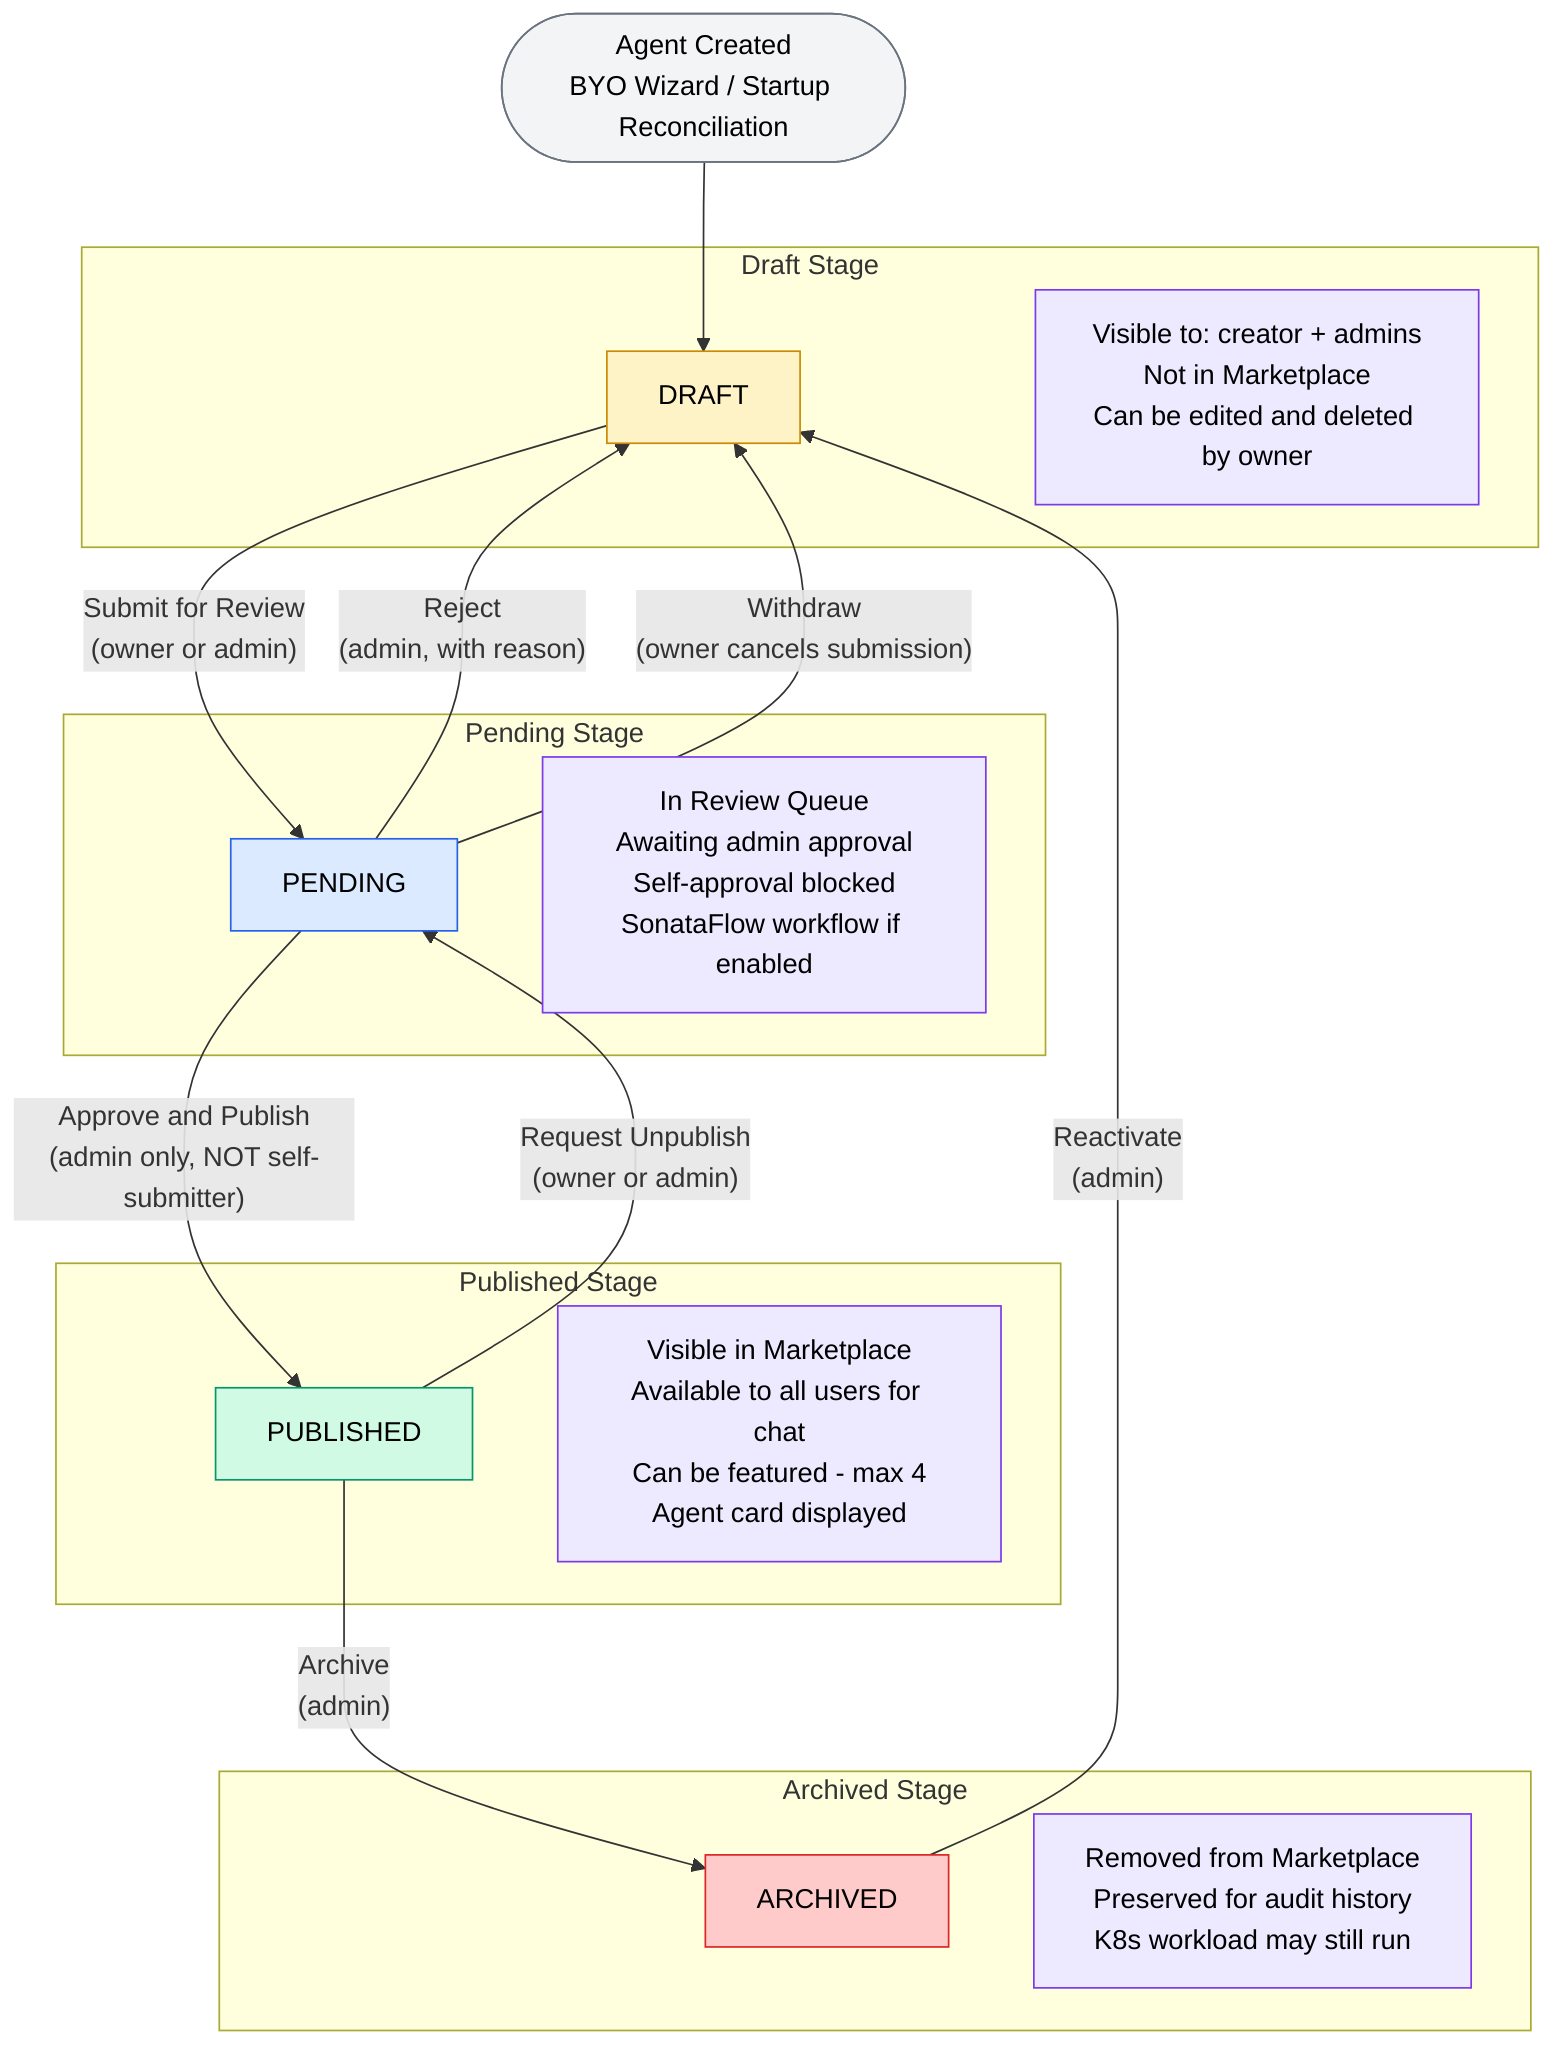
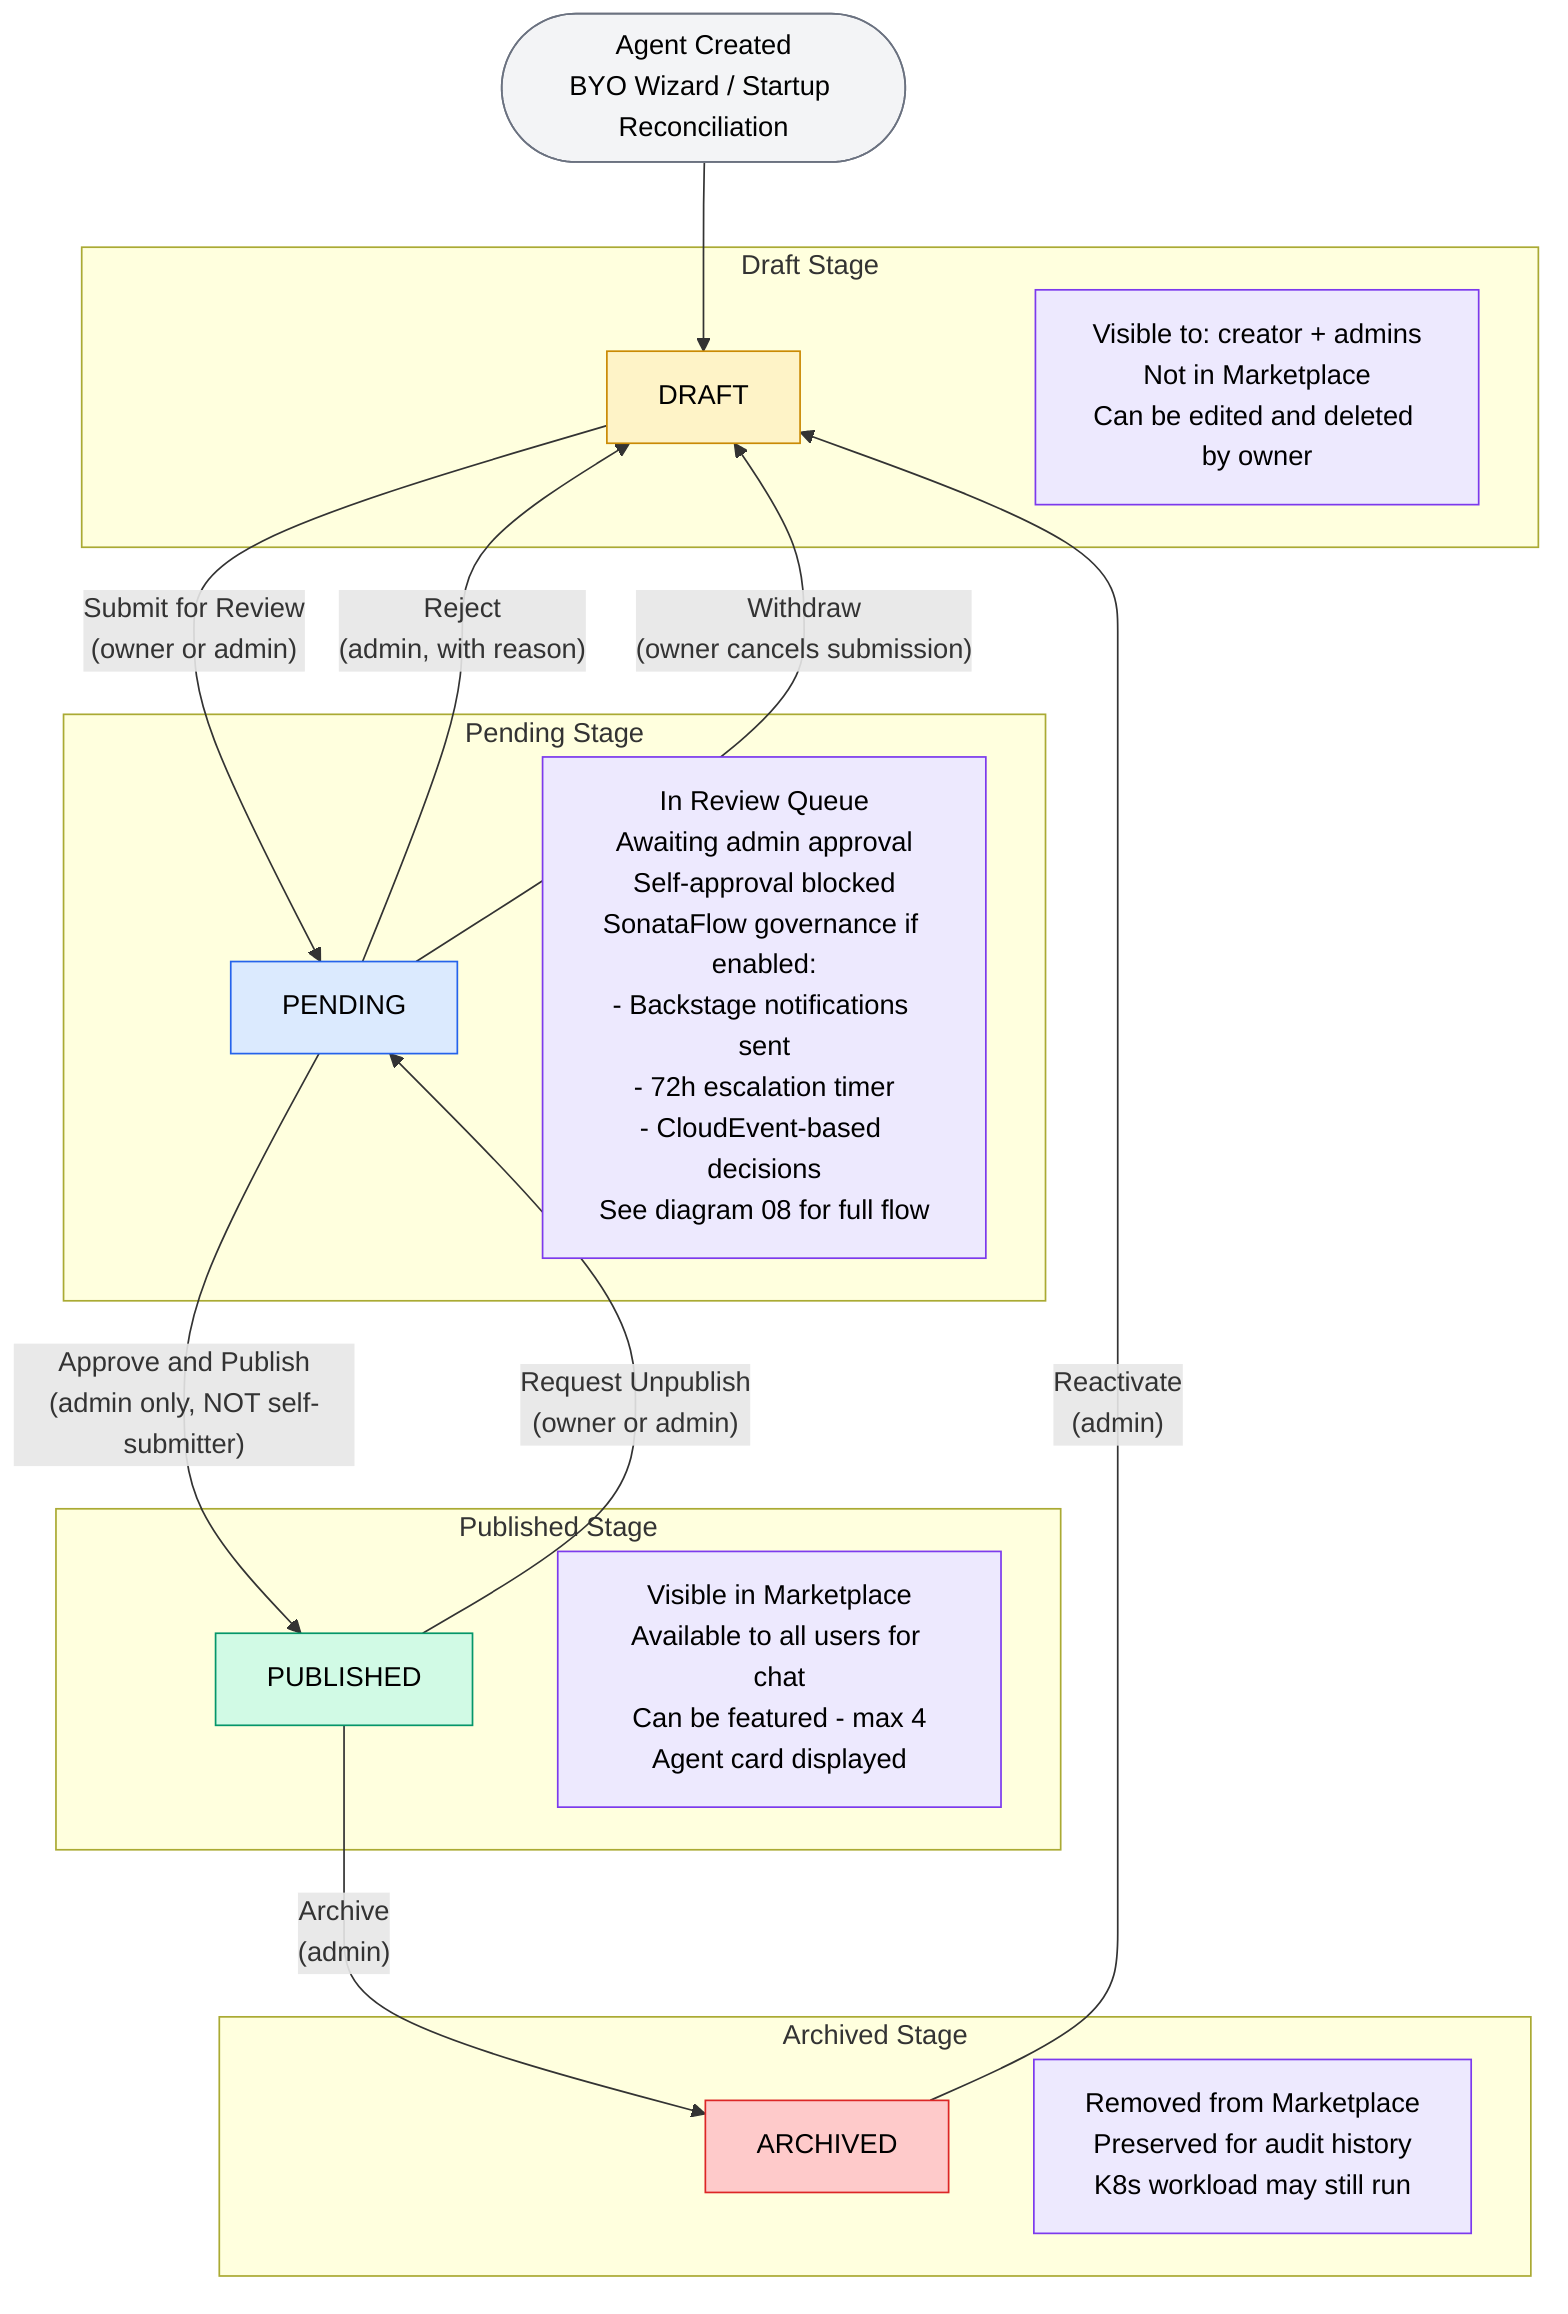
flowchart TD
    classDef draft fill:#fef3c7,stroke:#ca8a04,color:#000
    classDef pending fill:#dbeafe,stroke:#2563eb,color:#000
    classDef published fill:#d1fae5,stroke:#059669,color:#000
    classDef archived fill:#fecaca,stroke:#dc2626,color:#000
    classDef action fill:#f3f4f6,stroke:#6b7280,color:#000
    classDef note fill:#ede9fe,stroke:#7c3aed,color:#000

    Start([Agent Created<br/>BYO Wizard / Startup Reconciliation]):::action --> Draft

    subgraph DraftBox [Draft Stage]
        Draft[DRAFT]:::draft
        DraftInfo[Visible to: creator + admins<br/>Not in Marketplace<br/>Can be edited and deleted by owner]:::note
    end

    subgraph PendingBox [Pending Stage]
        Pending[PENDING]:::pending
-         PendingInfo[In Review Queue<br/>Awaiting admin approval<br/>Self-approval blocked<br/>SonataFlow workflow if enabled]:::note
+         PendingInfo[In Review Queue<br/>Awaiting admin approval<br/>Self-approval blocked<br/>SonataFlow governance if enabled:<br/>- Backstage notifications sent<br/>- 72h escalation timer<br/>- CloudEvent-based decisions<br/>See diagram 08 for full flow]:::note
    end

    subgraph PublishedBox [Published Stage]
        Published[PUBLISHED]:::published
        PublishedInfo[Visible in Marketplace<br/>Available to all users for chat<br/>Can be featured - max 4<br/>Agent card displayed]:::note
    end

    subgraph ArchivedBox [Archived Stage]
        Archived[ARCHIVED]:::archived
        ArchivedInfo[Removed from Marketplace<br/>Preserved for audit history<br/>K8s workload may still run]:::note
    end

    Draft -->|"Submit for Review<br/>(owner or admin)"| Pending
    Pending -->|"Approve and Publish<br/>(admin only, NOT self-submitter)"| Published
    Pending -->|"Reject<br/>(admin, with reason)"| Draft
    Pending -->|"Withdraw<br/>(owner cancels submission)"| Draft
    Published -->|"Request Unpublish<br/>(owner or admin)"| Pending
    Published -->|"Archive<br/>(admin)"| Archived
    Archived -->|"Reactivate<br/>(admin)"| Draft
